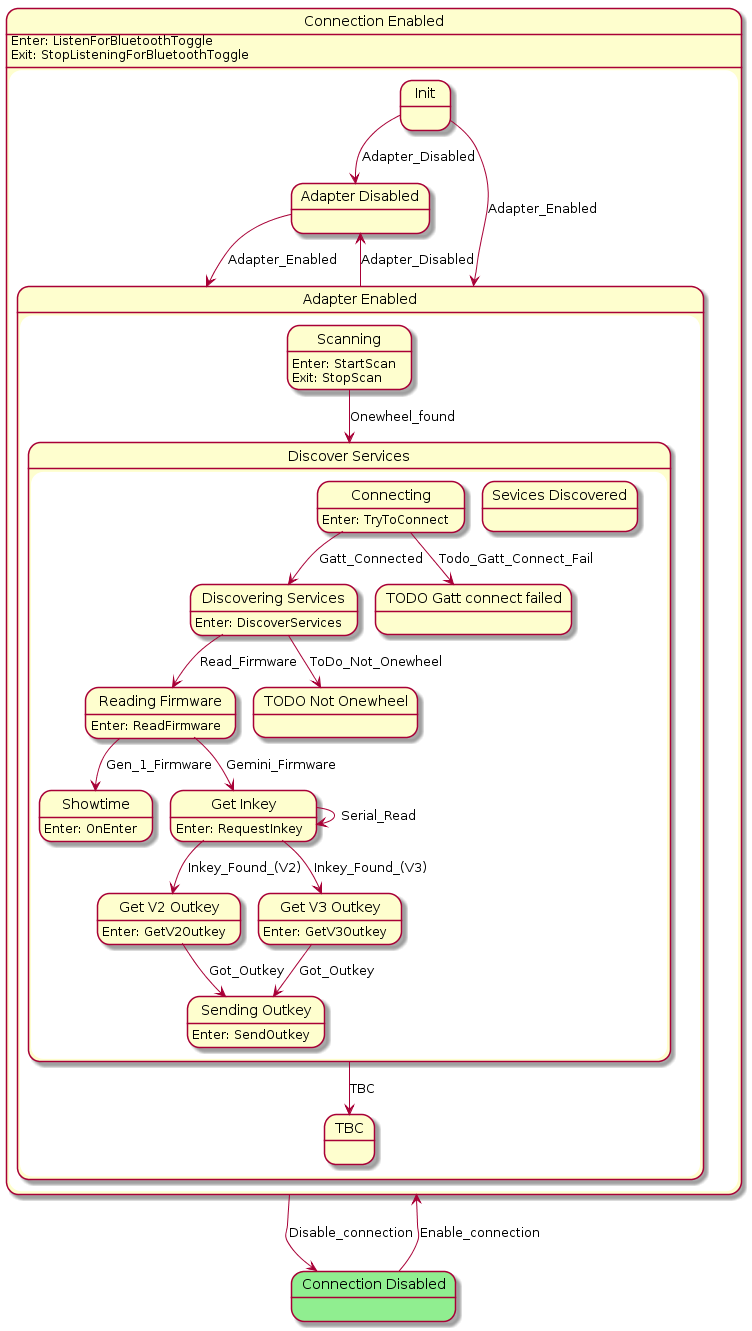
This is doc/ponewheel-state.png from tekkies/android-ponewheel, a PlantUML export, as it was before one commit.
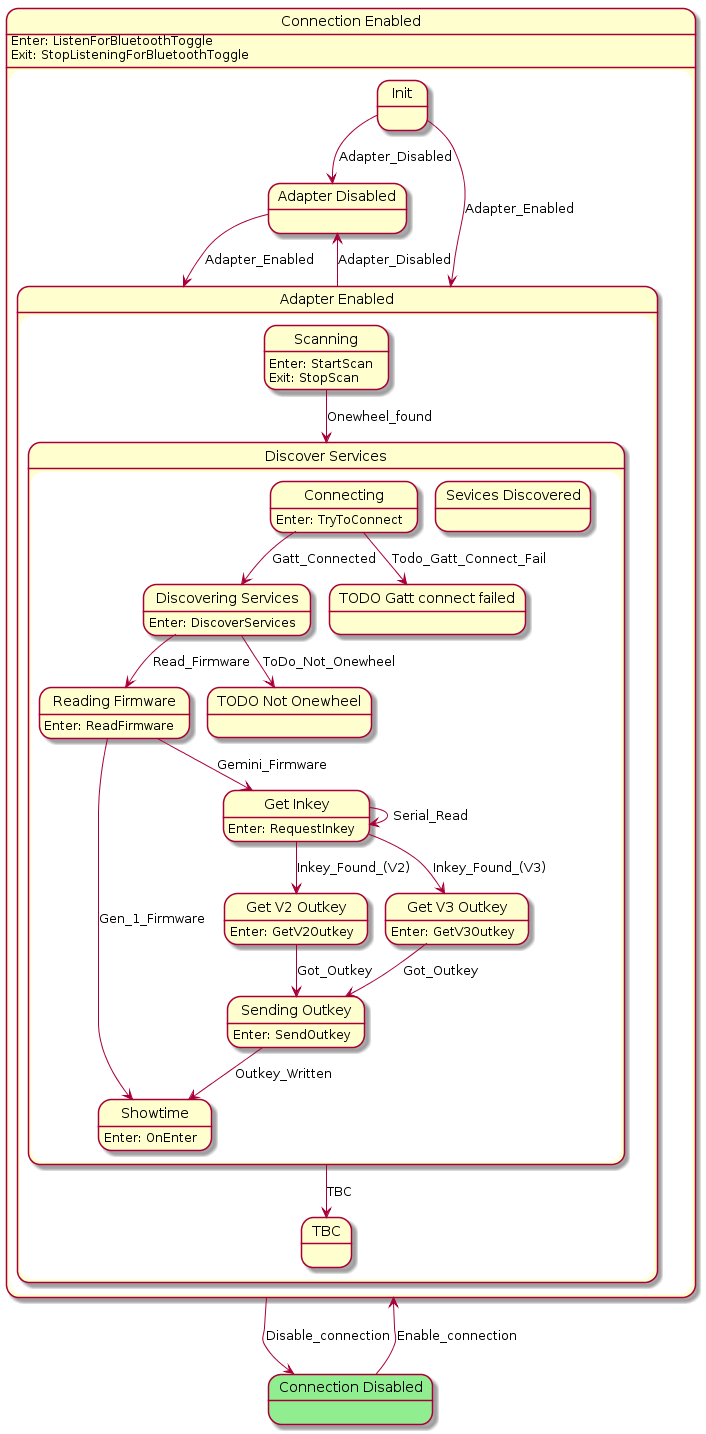
The same diagram one commit later.

Diff of the diagram source:
```diff
@@ -57,6 +57,7 @@
 Get_Inkey --> Get_V3_Outkey : Inkey_Found_(V3)
 Get_V2_Outkey --> Sending_Outkey : Got_Outkey
 Get_V3_Outkey --> Sending_Outkey : Got_Outkey
+Sending_Outkey --> Showtime : Outkey_Written
 Connecting --> Discovering_Services : Gatt_Connected
 Connecting --> TODO_Gatt_connect_failed : Todo_Gatt_Connect_Fail
 Discover_Services --> TBC : TBC
```
